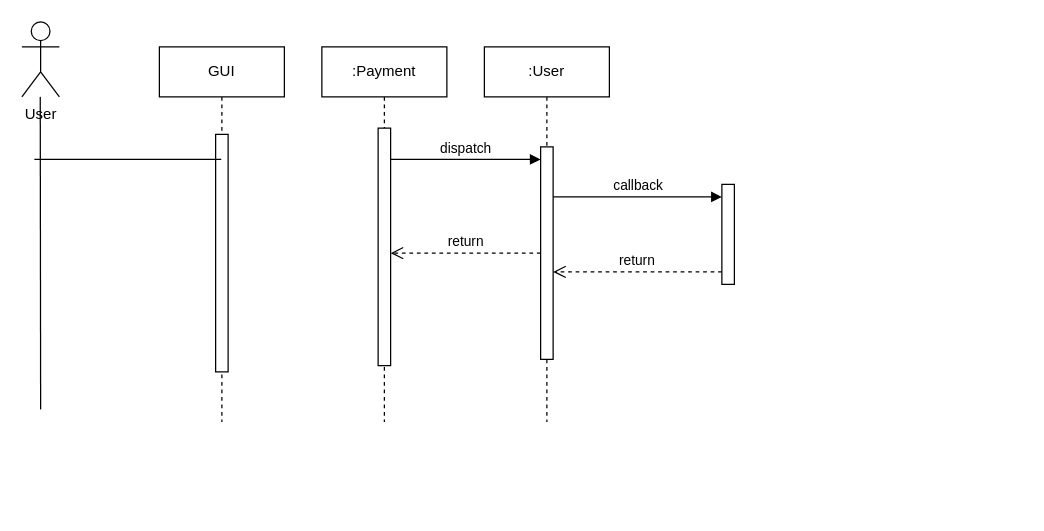
Above: Sequence.drawio in KO-KAYO/csprojectUML (draw.io), before the change. Source tidied: cells renumbered, new cells numbered last; positions are measured from the earlier drawing's top-left corner, leaving out a move shared by most shapes. Both pictures are drawn from the tidied source at 125%, with x=0, y=0 at pixel (21, 21).
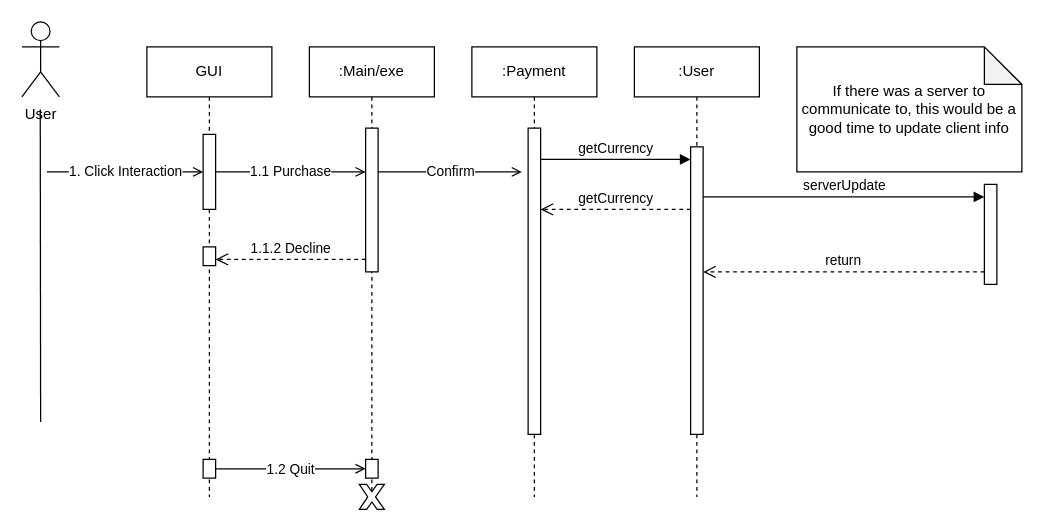
The same page after the edit.

Change to the diagram source:
```diff
@@
     <mxCell id="2" value=":Payment" style="shape=umlLifeline;perimeter=lifelinePerimeter;whiteSpace=wrap;html=1;newEdgeStyle={&quot;edgeStyle&quot;:&quot;elbowEdgeStyle&quot;,&quot;elbow&quot;:&quot;vertical&quot;,&quot;curved&quot;:0,&quot;rounded&quot;:0};" parent="1" vertex="1">
-      <mxGeometry x="240" y="20" width="100" height="300" as="geometry" />
+      <mxGeometry x="360" y="20" width="100" height="360" as="geometry" />
     </mxCell>
     <mxCell id="3" style="html=1;points=[];perimeter=orthogonalPerimeter;outlineConnect=0;targetShapes=umlLifeline;portConstraint=eastwest;newEdgeStyle={&quot;edgeStyle&quot;:&quot;elbowEdgeStyle&quot;,&quot;elbow&quot;:&quot;vertical&quot;,&quot;curved&quot;:0,&quot;rounded&quot;:0};" parent="2" vertex="1">
-      <mxGeometry x="45" y="65" width="10" height="190" as="geometry" />
+      <mxGeometry x="45" y="65" width="10" height="245" as="geometry" />
     </mxCell>
     <mxCell id="4" value=":User" style="shape=umlLifeline;perimeter=lifelinePerimeter;whiteSpace=wrap;html=1;newEdgeStyle={&quot;edgeStyle&quot;:&quot;elbowEdgeStyle&quot;,&quot;elbow&quot;:&quot;vertical&quot;,&quot;curved&quot;:0,&quot;rounded&quot;:0};" parent="1" vertex="1">
-      <mxGeometry x="370" y="20" width="100" height="300" as="geometry" />
+      <mxGeometry x="490" y="20" width="100" height="360" as="geometry" />
     </mxCell>
     <mxCell id="5" style="html=1;points=[];perimeter=orthogonalPerimeter;outlineConnect=0;targetShapes=umlLifeline;portConstraint=eastwest;newEdgeStyle={&quot;edgeStyle&quot;:&quot;elbowEdgeStyle&quot;,&quot;elbow&quot;:&quot;vertical&quot;,&quot;curved&quot;:0,&quot;rounded&quot;:0};" parent="4" vertex="1">
-      <mxGeometry x="45" y="80" width="10" height="170" as="geometry" />
+      <mxGeometry x="45" y="80" width="10" height="230" as="geometry" />
     </mxCell>
-    <mxCell id="6" value="dispatch" style="html=1;verticalAlign=bottom;endArrow=block;edgeStyle=elbowEdgeStyle;elbow=vertical;curved=0;rounded=0;" parent="1" edge="1" source="3" target="5">
+    <mxCell id="6" value="getCurrency" style="html=1;verticalAlign=bottom;endArrow=block;edgeStyle=elbowEdgeStyle;elbow=vertical;curved=0;rounded=0;" parent="1" edge="1" source="3" target="5">
       <mxGeometry relative="1" as="geometry">
         <Array as="points">
-          <mxPoint x="330" y="110" />
+          <mxPoint x="440" y="110" />
         </Array>
       </mxGeometry>
     </mxCell>
-    <mxCell id="7" value="return" style="html=1;verticalAlign=bottom;endArrow=open;dashed=1;endSize=8;edgeStyle=elbowEdgeStyle;elbow=vertical;curved=0;rounded=0;" parent="1" edge="1" source="5" target="3">
+    <mxCell id="7" value="getCurrency" style="html=1;verticalAlign=bottom;endArrow=open;dashed=1;endSize=8;edgeStyle=elbowEdgeStyle;elbow=vertical;curved=0;rounded=0;" parent="1" edge="1">
       <mxGeometry relative="1" as="geometry">
+        <mxPoint x="535" y="150" as="sourcePoint" />
+        <mxPoint x="415" y="150" as="targetPoint" />
         <Array as="points">
-          <mxPoint x="290" y="200" />
+          <mxPoint x="430" y="150" />
         </Array>
       </mxGeometry>
     </mxCell>
-    <mxCell id="8" value="callback" style="html=1;verticalAlign=bottom;endArrow=block;edgeStyle=elbowEdgeStyle;elbow=vertical;curved=0;rounded=0;" parent="1" edge="1" source="5" target="10">
+    <mxCell id="8" value="serverUpdate" style="html=1;verticalAlign=bottom;endArrow=block;edgeStyle=elbowEdgeStyle;elbow=vertical;curved=0;rounded=0;" parent="1" edge="1" source="5" target="10">
       <mxGeometry relative="1" as="geometry">
         <Array as="points">
-          <mxPoint x="480" y="140" />
-          <mxPoint x="380" y="80" />
+          <mxPoint x="610" y="140" />
+          <mxPoint x="510" y="80" />
         </Array>
       </mxGeometry>
     </mxCell>
     <mxCell id="9" value="return" style="html=1;verticalAlign=bottom;endArrow=open;dashed=1;endSize=8;edgeStyle=elbowEdgeStyle;elbow=vertical;curved=0;rounded=0;" parent="1" edge="1" source="10" target="5">
       <mxGeometry relative="1" as="geometry">
         <Array as="points">
-          <mxPoint x="480" y="200" />
-          <mxPoint x="540" y="160" />
+          <mxPoint x="610" y="200" />
+          <mxPoint x="670" y="160" />
         </Array>
       </mxGeometry>
     </mxCell>
     <mxCell id="10" style="html=1;points=[];perimeter=orthogonalPerimeter;outlineConnect=0;targetShapes=umlLifeline;portConstraint=eastwest;newEdgeStyle={&quot;edgeStyle&quot;:&quot;elbowEdgeStyle&quot;,&quot;elbow&quot;:&quot;vertical&quot;,&quot;curved&quot;:0,&quot;rounded&quot;:0};" parent="1" vertex="1">
-      <mxGeometry x="560" y="130" width="10" height="80" as="geometry" />
+      <mxGeometry x="770" y="130" width="10" height="80" as="geometry" />
     </mxCell>
     <mxCell id="11" value="GUI" style="shape=umlLifeline;perimeter=lifelinePerimeter;whiteSpace=wrap;html=1;outlineConnect=0;portConstraint=eastwest;newEdgeStyle={&quot;edgeStyle&quot;:&quot;elbowEdgeStyle&quot;,&quot;elbow&quot;:&quot;vertical&quot;,&quot;curved&quot;:0,&quot;rounded&quot;:0};" parent="1" vertex="1">
-      <mxGeometry x="110" y="20" width="100" height="300" as="geometry" />
+      <mxGeometry x="100" y="20" width="100" height="360" as="geometry" />
     </mxCell>
     <mxCell id="12" style="html=1;points=[];perimeter=orthogonalPerimeter;outlineConnect=0;targetShapes=umlLifeline;portConstraint=eastwest;newEdgeStyle={&quot;edgeStyle&quot;:&quot;elbowEdgeStyle&quot;,&quot;elbow&quot;:&quot;vertical&quot;,&quot;curved&quot;:0,&quot;rounded&quot;:0};" parent="11" vertex="1">
-      <mxGeometry x="45" y="70" width="10" height="190" as="geometry" />
+      <mxGeometry x="45" y="70" width="10" height="60" as="geometry" />
     </mxCell>
+    <mxCell id="16" style="html=1;points=[];perimeter=orthogonalPerimeter;outlineConnect=0;targetShapes=umlLifeline;portConstraint=eastwest;newEdgeStyle={&quot;edgeStyle&quot;:&quot;elbowEdgeStyle&quot;,&quot;elbow&quot;:&quot;vertical&quot;,&quot;curved&quot;:0,&quot;rounded&quot;:0};" parent="11" vertex="1">
+      <mxGeometry x="45" y="160" width="10" height="15" as="geometry" />
+    </mxCell>
+    <mxCell id="17" style="html=1;points=[];perimeter=orthogonalPerimeter;outlineConnect=0;targetShapes=umlLifeline;portConstraint=eastwest;newEdgeStyle={&quot;edgeStyle&quot;:&quot;elbowEdgeStyle&quot;,&quot;elbow&quot;:&quot;vertical&quot;,&quot;curved&quot;:0,&quot;rounded&quot;:0};" parent="11" vertex="1">
+      <mxGeometry x="45" y="330" width="10" height="15" as="geometry" />
+    </mxCell>
@@
     <mxCell id="14" style="endArrow=none;html=1;rounded=0;" parent="1" edge="1">
       <mxGeometry relative="1" as="geometry">
-        <mxPoint x="14.7" y="60" as="sourcePoint" />
-        <mxPoint x="15" y="310" as="targetPoint" />
+        <mxPoint x="14.7" y="70" as="sourcePoint" />
+        <mxPoint x="15" y="320" as="targetPoint" />
       </mxGeometry>
     </mxCell>
-    <mxCell id="15" style="endArrow=none;html=1;rounded=0;" parent="1" edge="1" target="11">
-      <mxGeometry relative="1" as="geometry">
-        <mxPoint x="10" y="110" as="sourcePoint" />
-      </mxGeometry>
-    </mxCell>
+    <mxCell id="18" value="1. Click Interaction" style="endArrow=open;html=1;rounded=0;endFill=0;" parent="1" edge="1" target="12">
+      <mxGeometry relative="1" as="geometry">
+        <mxPoint x="20" y="120" as="sourcePoint" />
+      </mxGeometry>
+    </mxCell>
+    <mxCell id="19" value=":Main/exe" style="shape=umlLifeline;perimeter=lifelinePerimeter;whiteSpace=wrap;html=1;newEdgeStyle={&quot;edgeStyle&quot;:&quot;elbowEdgeStyle&quot;,&quot;elbow&quot;:&quot;vertical&quot;,&quot;curved&quot;:0,&quot;rounded&quot;:0};" parent="1" vertex="1">
+      <mxGeometry x="230" y="20" width="100" height="360" as="geometry" />
+    </mxCell>
+    <mxCell id="20" style="html=1;points=[];perimeter=orthogonalPerimeter;outlineConnect=0;targetShapes=umlLifeline;portConstraint=eastwest;newEdgeStyle={&quot;edgeStyle&quot;:&quot;elbowEdgeStyle&quot;,&quot;elbow&quot;:&quot;vertical&quot;,&quot;curved&quot;:0,&quot;rounded&quot;:0};" parent="19" vertex="1">
+      <mxGeometry x="45" y="65" width="10" height="115" as="geometry" />
+    </mxCell>
+    <mxCell id="21" style="html=1;points=[];perimeter=orthogonalPerimeter;outlineConnect=0;targetShapes=umlLifeline;portConstraint=eastwest;newEdgeStyle={&quot;edgeStyle&quot;:&quot;elbowEdgeStyle&quot;,&quot;elbow&quot;:&quot;vertical&quot;,&quot;curved&quot;:0,&quot;rounded&quot;:0};" parent="19" vertex="1">
+      <mxGeometry x="45" y="330" width="10" height="15" as="geometry" />
+    </mxCell>
+    <mxCell id="22" value="1.1 Purchase" style="endArrow=open;html=1;rounded=0;endFill=0;" parent="1" edge="1">
+      <mxGeometry relative="1" as="geometry">
+        <mxPoint x="155" y="120" as="sourcePoint" />
+        <mxPoint x="275" y="120" as="targetPoint" />
+      </mxGeometry>
+    </mxCell>
+    <mxCell id="23" value="Confirm" style="endArrow=open;html=1;rounded=0;endFill=0;" parent="1" edge="1" source="20">
+      <mxGeometry relative="1" as="geometry">
+        <mxPoint x="400" y="120" as="targetPoint" />
+      </mxGeometry>
+    </mxCell>
+    <mxCell id="24" value="If there was a server to communicate to, this would be a good time to update client info" style="shape=note;whiteSpace=wrap;html=1;backgroundOutline=1;darkOpacity=0.05;" parent="1" vertex="1">
+      <mxGeometry x="620" y="20" width="180" height="100" as="geometry" />
+    </mxCell>
+    <mxCell id="25" value="1.1.2 Decline" style="html=1;verticalAlign=bottom;endArrow=open;dashed=1;endSize=8;edgeStyle=elbowEdgeStyle;elbow=vertical;curved=0;rounded=0;" parent="1" edge="1" source="20" target="16">
+      <mxGeometry relative="1" as="geometry">
+        <Array as="points">
+          <mxPoint x="175" y="190" />
+        </Array>
+      </mxGeometry>
+    </mxCell>
+    <mxCell id="26" style="verticalLabelPosition=bottom;verticalAlign=top;html=1;shape=mxgraph.basic.x;" parent="1" vertex="1">
+      <mxGeometry x="270" y="370" width="20" height="20" as="geometry" />
+    </mxCell>
+    <mxCell id="27" value="1.2 Quit" style="endArrow=open;html=1;rounded=0;endFill=0;" parent="1" edge="1" source="17" target="21">
+      <mxGeometry relative="1" as="geometry" />
+    </mxCell>
```
